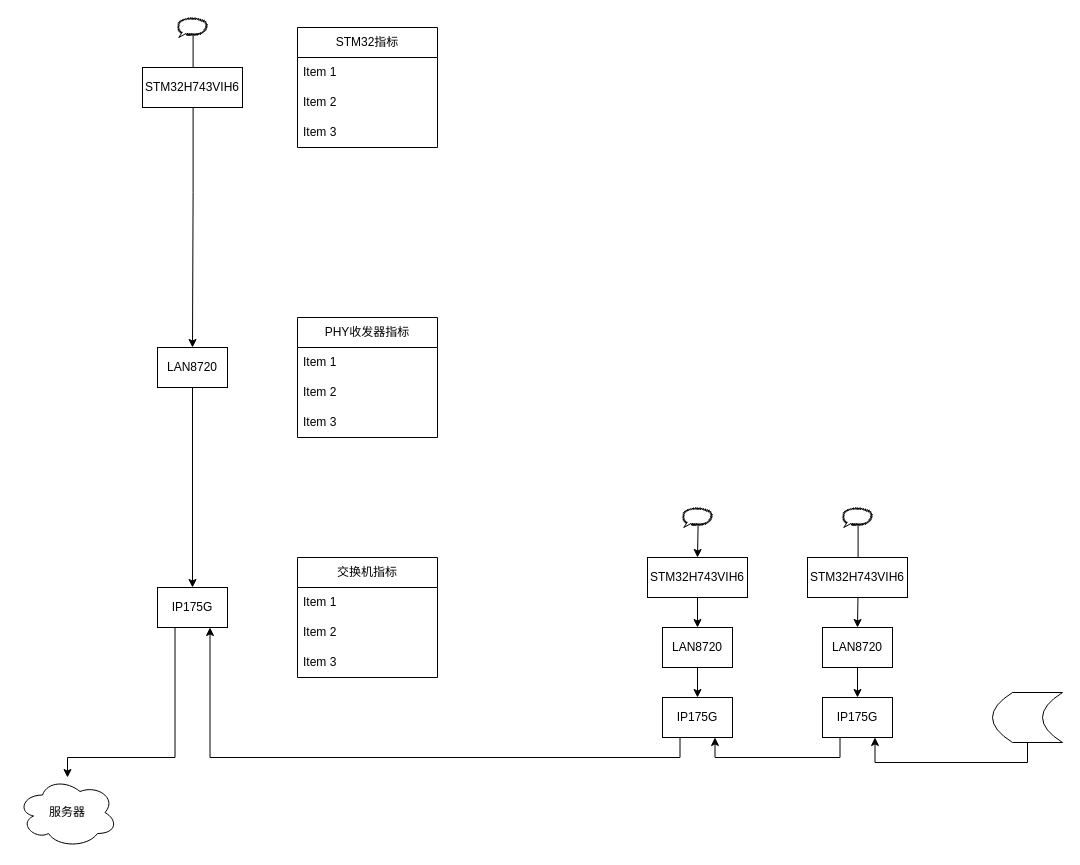
Before: 远距离音频级联传输.drawio in wypzyrw/test, a draw.io diagram. Source tidied: cells renumbered, new cells numbered last; positions are measured from the earlier drawing's top-left corner, leaving out a move shared by most shapes. Both pictures are drawn from the tidied source at 100%, with x=0, y=0 at pixel (17, 17).
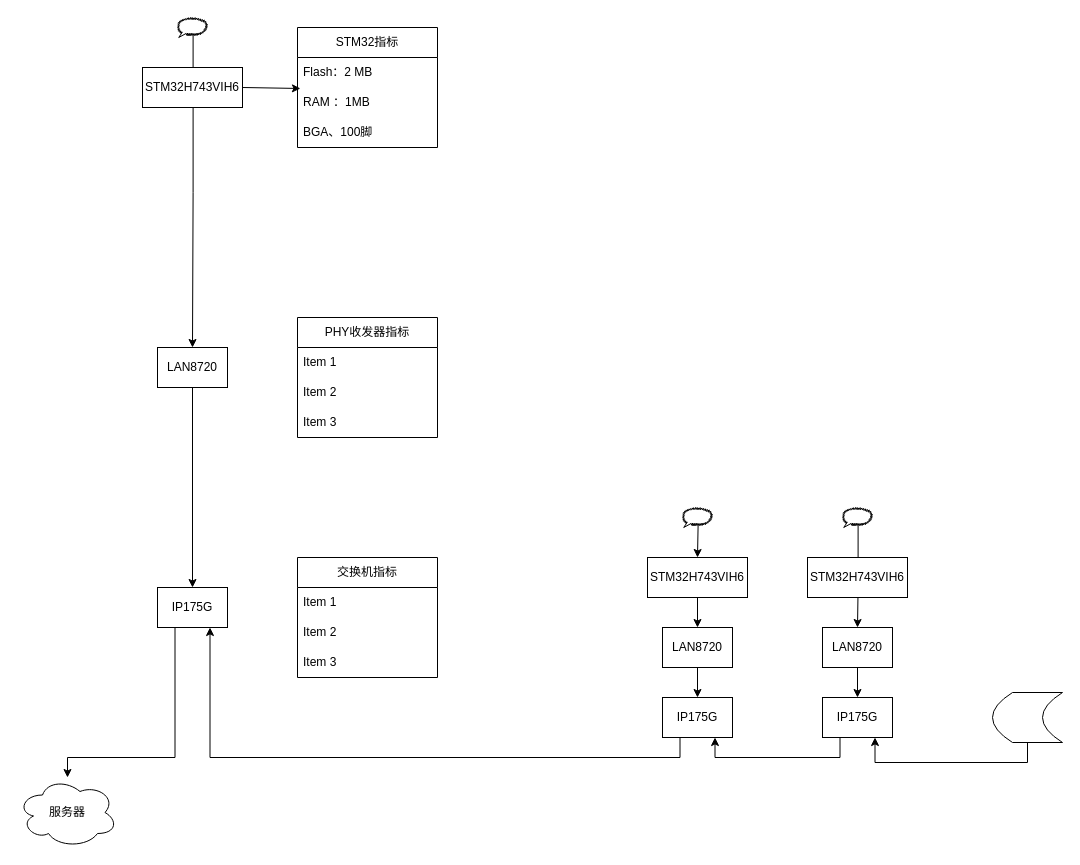
The same page after the edit.

Commit message (it also covers changes not shown here):
更新远距离音频级联传输.drawio

The change refers to these unchanged cells:
```xml
<mxCell id="23" value="STM32H743VIH6" style="rounded=0;whiteSpace=wrap;html=1;" parent="1" vertex="1">
  <mxGeometry x="125" y="50" width="100" height="40" as="geometry" />
</mxCell>
<mxCell id="35" value="STM32指标" style="swimlane;fontStyle=0;horizontal=1;startSize=30;whiteSpace=wrap;html=1;" parent="1" vertex="1">
  <mxGeometry x="280" y="10" width="140" height="120" as="geometry" />
</mxCell>
```

What changed in the source:
```diff
@@
-    <mxCell id="36" value="Item 1" style="text;strokeColor=none;fillColor=none;align=left;verticalAlign=middle;spacingLeft=4;spacingRight=4;overflow=hidden;whiteSpace=wrap;html=1;" parent="35" vertex="1">
+    <mxCell id="36" value="Flash：2 MB" style="text;strokeColor=none;fillColor=none;align=left;verticalAlign=middle;spacingLeft=4;spacingRight=4;overflow=hidden;whiteSpace=wrap;html=1;" parent="35" vertex="1">
       <mxGeometry y="30" width="140" height="30" as="geometry" />
     </mxCell>
-    <mxCell id="37" value="Item 2" style="text;strokeColor=none;fillColor=none;align=left;verticalAlign=middle;spacingLeft=4;spacingRight=4;overflow=hidden;points=[[0,0.5],[1,0.5]];portConstraint=eastwest;whiteSpace=wrap;html=1;" parent="35" vertex="1">
+    <mxCell id="37" value="RAM ：1MB" style="text;strokeColor=none;fillColor=none;align=left;verticalAlign=middle;spacingLeft=4;spacingRight=4;overflow=hidden;points=[[0,0.5],[1,0.5]];portConstraint=eastwest;whiteSpace=wrap;html=1;" parent="35" vertex="1">
       <mxGeometry y="60" width="140" height="30" as="geometry" />
     </mxCell>
-    <mxCell id="38" value="Item 3" style="text;strokeColor=none;fillColor=none;align=left;verticalAlign=middle;spacingLeft=4;spacingRight=4;overflow=hidden;whiteSpace=wrap;html=1;" parent="35" vertex="1">
+    <mxCell id="38" value="BGA、100脚" style="text;strokeColor=none;fillColor=none;align=left;verticalAlign=middle;spacingLeft=4;spacingRight=4;overflow=hidden;whiteSpace=wrap;html=1;" parent="35" vertex="1">
       <mxGeometry y="90" width="140" height="30" as="geometry" />
     </mxCell>
+    <mxCell id="39" style="edgeStyle=orthogonalEdgeStyle;rounded=0;jettySize=auto;html=1;exitX=1;exitY=0.5;exitDx=0;exitDy=0;entryX=0.021;entryY=0.033;entryDx=0;entryDy=0;entryPerimeter=0;" parent="1" edge="1" source="23" target="37">
+      <mxGeometry relative="1" as="geometry">
+        <Array as="points">
+          <mxPoint x="283" y="70" />
+        </Array>
+      </mxGeometry>
+    </mxCell>
```
